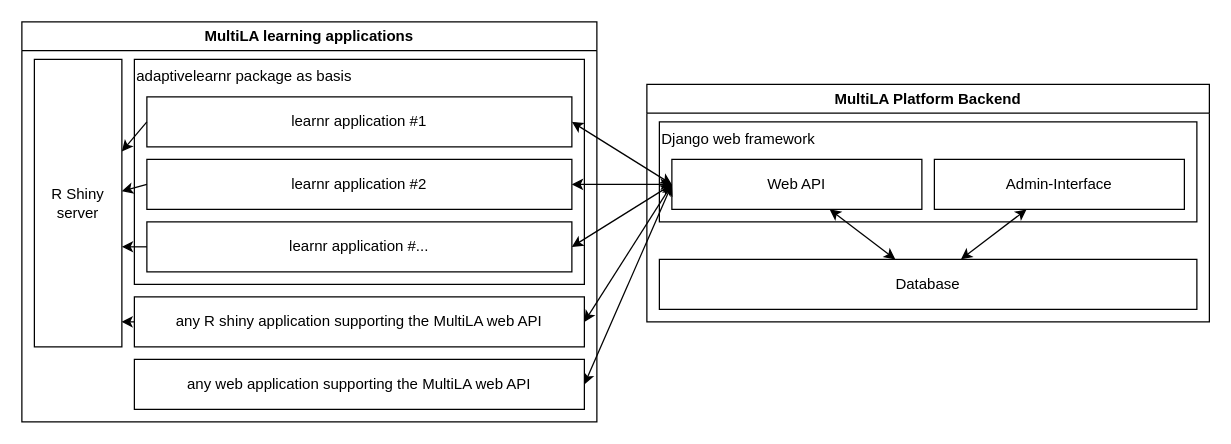
This is source/img/sw-arch.drawio from IFAFMultiLA/ifafmultila.github.io, a draw.io file, before an edit. Source tidied: cells renumbered, new cells numbered last; positions are measured from the earlier drawing's top-left corner, leaving out a move shared by most shapes. Both pictures are drawn from the tidied source at 125%, with x=0, y=0 at pixel (21, 21).
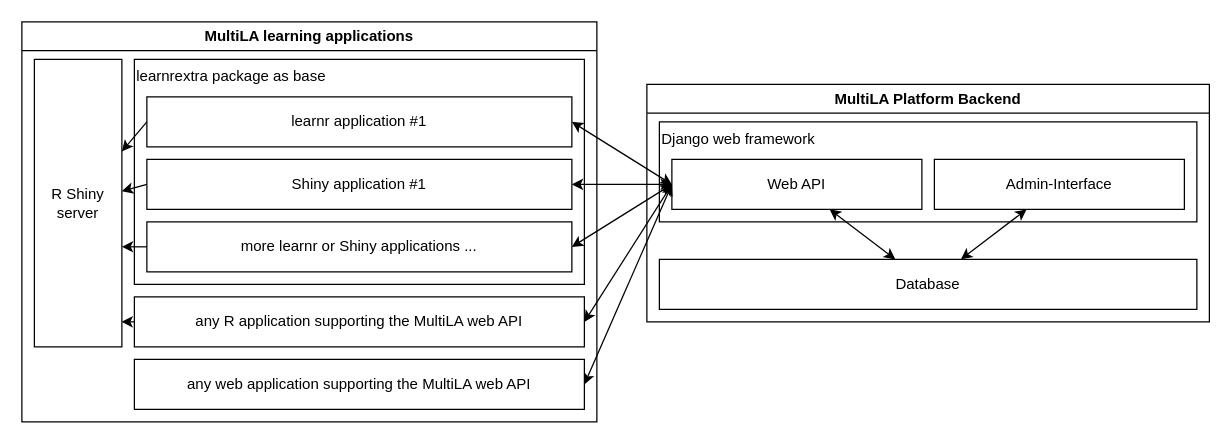
The same diagram, later.

Unchanged cells that the change refers to:
```xml
<mxCell id="2" value="MultiLA learning applications" style="swimlane;whiteSpace=wrap;html=1;" parent="1" vertex="1">
  <mxGeometry width="460" height="320" as="geometry" />
</mxCell>
<mxCell id="5" style="group;" parent="2" vertex="1">
  <mxGeometry x="90" y="30" width="360" height="180" as="geometry" />
</mxCell>
```

What changed in the source:
```diff
@@
-    <mxCell id="4" value="any R shiny application supporting the MultiLA web API" style="rounded=0;whiteSpace=wrap;html=1;" parent="2" vertex="1">
+    <mxCell id="4" value="any R application supporting the MultiLA web API" style="rounded=0;whiteSpace=wrap;html=1;" parent="2" vertex="1">
       <mxGeometry x="90" y="220" width="360" height="40" as="geometry" />
     </mxCell>
@@
-    <mxCell id="6" value="adaptivelearnr package as basis" style="rounded=0;whiteSpace=wrap;html=1;align=left;verticalAlign=top;" parent="5" vertex="1">
+    <mxCell id="6" value="learnrextra package as base" style="rounded=0;whiteSpace=wrap;html=1;align=left;verticalAlign=top;" parent="5" vertex="1">
       <mxGeometry width="360" height="180" as="geometry" />
     </mxCell>
@@
-    <mxCell id="8" value="learnr application #2" style="rounded=0;whiteSpace=wrap;html=1;" parent="5" vertex="1">
+    <mxCell id="8" value="Shiny application #1" style="rounded=0;whiteSpace=wrap;html=1;" parent="5" vertex="1">
       <mxGeometry x="10" y="80" width="340" height="40" as="geometry" />
     </mxCell>
-    <mxCell id="9" value="learnr application #..." style="rounded=0;whiteSpace=wrap;html=1;" parent="5" vertex="1">
+    <mxCell id="9" value="more learnr or Shiny applications ..." style="rounded=0;whiteSpace=wrap;html=1;" parent="5" vertex="1">
       <mxGeometry x="10" y="130" width="340" height="40" as="geometry" />
     </mxCell>
```
